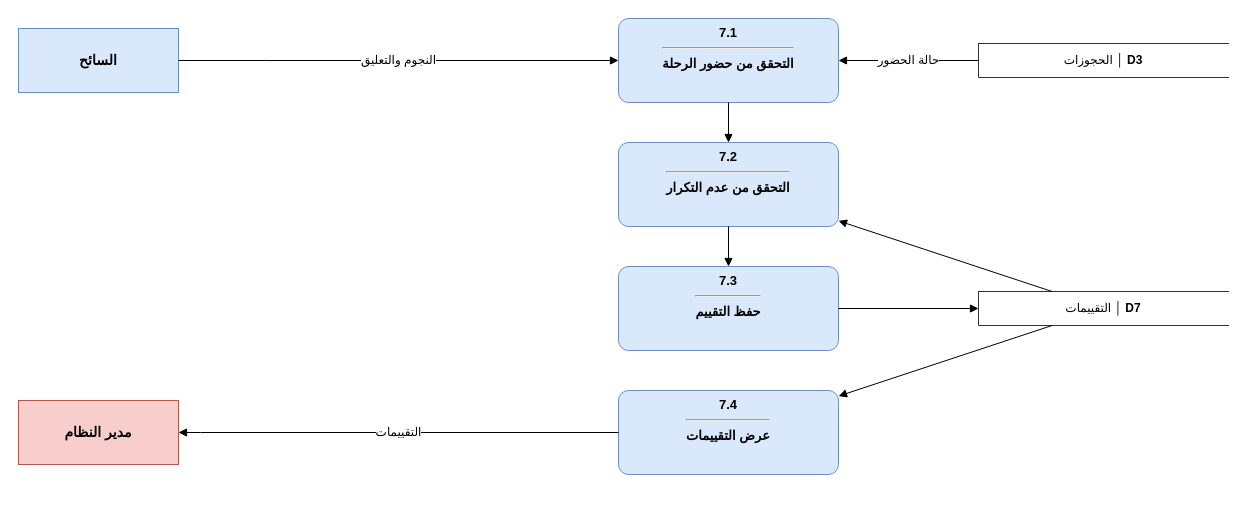
The draw.io diagram مخططات_التحليل_drawio/dfd14_reviews.drawio in masara-prog/Delni-project, before the edit. Source tidied: cells renumbered, new cells numbered last; positions are measured from the earlier drawing's top-left corner, leaving out a move shared by most shapes. Both pictures are drawn from the tidied source at 100%, with x=0, y=0 at pixel (18, 18).
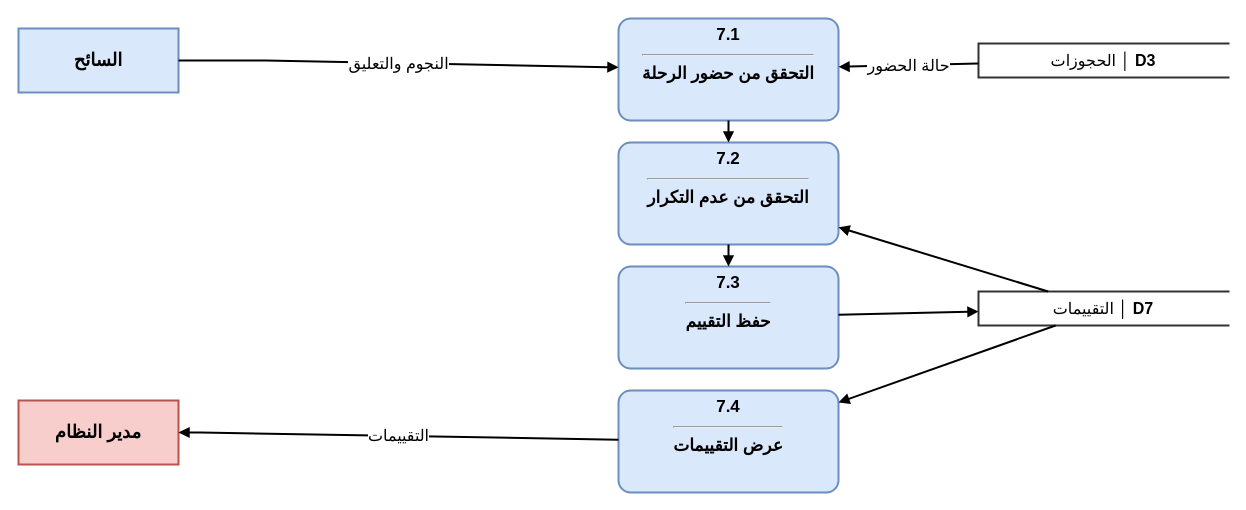
Above is the later version.

What changed in the source:
```diff
@@
-    <mxCell id="2" value="&lt;b&gt;7.1&lt;/b&gt;&lt;hr&gt;التحقق من حضور الرحلة" style="rounded=1;arcSize=12;verticalAlign=top;html=1;whiteSpace=wrap;fontFamily=Arial;fontSize=13;fontStyle=1;fillColor=#dae8fc;strokeColor=#6c8ebf;" parent="1" vertex="1">
-      <mxGeometry x="600" width="220" height="84" as="geometry" />
+    <mxCell id="2" value="&lt;b&gt;7.1&lt;/b&gt;&lt;hr&gt;التحقق من حضور الرحلة" style="rounded=1;arcSize=12;verticalAlign=top;html=1;whiteSpace=wrap;fontFamily=Arial;fontSize=17;fontStyle=1;fillColor=#dae8fc;strokeColor=#6c8ebf;strokeWidth=2;" parent="1" vertex="1">
+      <mxGeometry x="600" width="220" height="102" as="geometry" />
     </mxCell>
-    <mxCell id="3" value="&lt;b&gt;7.2&lt;/b&gt;&lt;hr&gt;التحقق من عدم التكرار" style="rounded=1;arcSize=12;verticalAlign=top;html=1;whiteSpace=wrap;fontFamily=Arial;fontSize=13;fontStyle=1;fillColor=#dae8fc;strokeColor=#6c8ebf;" parent="1" vertex="1">
-      <mxGeometry x="600" y="124" width="220" height="84" as="geometry" />
+    <mxCell id="3" value="&lt;b&gt;7.2&lt;/b&gt;&lt;hr&gt;التحقق من عدم التكرار" style="rounded=1;arcSize=12;verticalAlign=top;html=1;whiteSpace=wrap;fontFamily=Arial;fontSize=17;fontStyle=1;fillColor=#dae8fc;strokeColor=#6c8ebf;strokeWidth=2;" parent="1" vertex="1">
+      <mxGeometry x="600" y="124" width="220" height="102" as="geometry" />
     </mxCell>
-    <mxCell id="4" value="&lt;b&gt;7.3&lt;/b&gt;&lt;hr&gt;حفظ التقييم" style="rounded=1;arcSize=12;verticalAlign=top;html=1;whiteSpace=wrap;fontFamily=Arial;fontSize=13;fontStyle=1;fillColor=#dae8fc;strokeColor=#6c8ebf;" parent="1" vertex="1">
-      <mxGeometry x="600" y="248" width="220" height="84" as="geometry" />
+    <mxCell id="4" value="&lt;b&gt;7.3&lt;/b&gt;&lt;hr&gt;حفظ التقييم" style="rounded=1;arcSize=12;verticalAlign=top;html=1;whiteSpace=wrap;fontFamily=Arial;fontSize=17;fontStyle=1;fillColor=#dae8fc;strokeColor=#6c8ebf;strokeWidth=2;" parent="1" vertex="1">
+      <mxGeometry x="600" y="248" width="220" height="102" as="geometry" />
     </mxCell>
-    <mxCell id="5" value="&lt;b&gt;7.4&lt;/b&gt;&lt;hr&gt;عرض التقييمات" style="rounded=1;arcSize=12;verticalAlign=top;html=1;whiteSpace=wrap;fontFamily=Arial;fontSize=13;fontStyle=1;fillColor=#dae8fc;strokeColor=#6c8ebf;" parent="1" vertex="1">
-      <mxGeometry x="600" y="372" width="220" height="84" as="geometry" />
+    <mxCell id="5" value="&lt;b&gt;7.4&lt;/b&gt;&lt;hr&gt;عرض التقييمات" style="rounded=1;arcSize=12;verticalAlign=top;html=1;whiteSpace=wrap;fontFamily=Arial;fontSize=17;fontStyle=1;fillColor=#dae8fc;strokeColor=#6c8ebf;strokeWidth=2;" parent="1" vertex="1">
+      <mxGeometry x="600" y="372" width="220" height="102" as="geometry" />
     </mxCell>
-    <mxCell id="6" value="السائح" style="rounded=0;html=1;whiteSpace=wrap;fontFamily=Arial;fontSize=14;fontStyle=1;fillColor=#dae8fc;strokeColor=#6c8ebf;" parent="1" vertex="1">
+    <mxCell id="6" value="السائح" style="rounded=0;html=1;whiteSpace=wrap;fontFamily=Arial;fontSize=18;fontStyle=1;fillColor=#dae8fc;strokeColor=#6c8ebf;strokeWidth=2;" parent="1" vertex="1">
       <mxGeometry y="10" width="160" height="64" as="geometry" />
     </mxCell>
-    <mxCell id="7" value="مدير النظام" style="rounded=0;html=1;whiteSpace=wrap;fontFamily=Arial;fontSize=14;fontStyle=1;fillColor=#f8cecc;strokeColor=#b85450;" parent="1" vertex="1">
+    <mxCell id="7" value="مدير النظام" style="rounded=0;html=1;whiteSpace=wrap;fontFamily=Arial;fontSize=18;fontStyle=1;fillColor=#f8cecc;strokeColor=#b85450;strokeWidth=2;" parent="1" vertex="1">
       <mxGeometry y="382" width="160" height="64" as="geometry" />
     </mxCell>
-    <mxCell id="8" value="الحجوزات  │ &lt;b&gt;D3&lt;/b&gt;" style="shape=partialRectangle;right=0;align=center;html=1;whiteSpace=wrap;fontFamily=Arial;fontSize=12;fontStyle=0;fillColor=#ffffff;strokeColor=#333333;" parent="1" vertex="1">
+    <mxCell id="8" value="الحجوزات  │ &lt;b&gt;D3&lt;/b&gt;" style="shape=partialRectangle;right=0;align=center;html=1;whiteSpace=wrap;fontFamily=Arial;fontSize=16;fontStyle=0;fillColor=#ffffff;strokeColor=#333333;strokeWidth=2;" parent="1" vertex="1">
       <mxGeometry x="960" y="25" width="250" height="34" as="geometry" />
     </mxCell>
-    <mxCell id="9" value="التقييمات  │ &lt;b&gt;D7&lt;/b&gt;" style="shape=partialRectangle;right=0;align=center;html=1;whiteSpace=wrap;fontFamily=Arial;fontSize=12;fontStyle=0;fillColor=#ffffff;strokeColor=#333333;" parent="1" vertex="1">
+    <mxCell id="9" value="التقييمات  │ &lt;b&gt;D7&lt;/b&gt;" style="shape=partialRectangle;right=0;align=center;html=1;whiteSpace=wrap;fontFamily=Arial;fontSize=16;fontStyle=0;fillColor=#ffffff;strokeColor=#333333;strokeWidth=2;" parent="1" vertex="1">
       <mxGeometry x="960" y="273" width="250" height="34" as="geometry" />
     </mxCell>
-    <mxCell id="10" value="النجوم والتعليق" style="endArrow=block;endFill=1;html=1;rounded=0;fontFamily=Arial;fontSize=12;labelBackgroundColor=#ffffff;" parent="1" edge="1" source="6" target="2">
+    <mxCell id="10" value="النجوم والتعليق" style="endArrow=block;endFill=1;html=1;rounded=0;fontFamily=Arial;fontSize=16;labelBackgroundColor=#ffffff;strokeWidth=2;" parent="1" edge="1" source="6" target="2">
       <mxGeometry relative="1" as="geometry">
         <Array as="points">
           <mxPoint x="247" y="42" />
           <mxPoint x="247" y="42" />
         </Array>
       </mxGeometry>
     </mxCell>
-    <mxCell id="11" value="حالة الحضور" style="endArrow=block;endFill=1;html=1;rounded=0;fontFamily=Arial;fontSize=12;labelBackgroundColor=#ffffff;" parent="1" edge="1" source="8" target="2">
+    <mxCell id="11" value="حالة الحضور" style="endArrow=block;endFill=1;html=1;rounded=0;fontFamily=Arial;fontSize=16;labelBackgroundColor=#ffffff;strokeWidth=2;" parent="1" edge="1" source="8" target="2">
       <mxGeometry relative="1" as="geometry" />
     </mxCell>
-    <mxCell id="12" style="endArrow=block;endFill=1;html=1;rounded=0;fontFamily=Arial;fontSize=12;labelBackgroundColor=#ffffff;" parent="1" edge="1" source="2" target="3">
+    <mxCell id="12" style="endArrow=block;endFill=1;html=1;rounded=0;fontFamily=Arial;fontSize=16;labelBackgroundColor=#ffffff;strokeWidth=2;" parent="1" edge="1" source="2" target="3">
       <mxGeometry relative="1" as="geometry" />
     </mxCell>
-    <mxCell id="13" style="endArrow=block;endFill=1;html=1;rounded=0;fontFamily=Arial;fontSize=12;labelBackgroundColor=#ffffff;" parent="1" edge="1" source="9" target="3">
+    <mxCell id="13" style="endArrow=block;endFill=1;html=1;rounded=0;fontFamily=Arial;fontSize=16;labelBackgroundColor=#ffffff;strokeWidth=2;" parent="1" edge="1" source="9" target="3">
       <mxGeometry relative="1" as="geometry" />
     </mxCell>
-    <mxCell id="14" style="endArrow=block;endFill=1;html=1;rounded=0;fontFamily=Arial;fontSize=12;labelBackgroundColor=#ffffff;" parent="1" edge="1" source="3" target="4">
+    <mxCell id="14" style="endArrow=block;endFill=1;html=1;rounded=0;fontFamily=Arial;fontSize=16;labelBackgroundColor=#ffffff;strokeWidth=2;" parent="1" edge="1" source="3" target="4">
       <mxGeometry relative="1" as="geometry" />
     </mxCell>
-    <mxCell id="15" style="endArrow=block;endFill=1;html=1;rounded=0;fontFamily=Arial;fontSize=12;labelBackgroundColor=#ffffff;" parent="1" edge="1" source="4" target="9">
+    <mxCell id="15" style="endArrow=block;endFill=1;html=1;rounded=0;fontFamily=Arial;fontSize=16;labelBackgroundColor=#ffffff;strokeWidth=2;" parent="1" edge="1" source="4" target="9">
       <mxGeometry relative="1" as="geometry" />
     </mxCell>
-    <mxCell id="16" style="endArrow=block;endFill=1;html=1;rounded=0;fontFamily=Arial;fontSize=12;labelBackgroundColor=#ffffff;" parent="1" edge="1" source="9" target="5">
+    <mxCell id="16" style="endArrow=block;endFill=1;html=1;rounded=0;fontFamily=Arial;fontSize=16;labelBackgroundColor=#ffffff;strokeWidth=2;" parent="1" edge="1" source="9" target="5">
       <mxGeometry relative="1" as="geometry" />
     </mxCell>
-    <mxCell id="17" value="التقييمات" style="endArrow=block;endFill=1;html=1;rounded=0;fontFamily=Arial;fontSize=12;labelBackgroundColor=#ffffff;" parent="1" edge="1" source="5" target="7">
+    <mxCell id="17" value="التقييمات" style="endArrow=block;endFill=1;html=1;rounded=0;fontFamily=Arial;fontSize=16;labelBackgroundColor=#ffffff;strokeWidth=2;" parent="1" edge="1" source="5" target="7">
       <mxGeometry relative="1" as="geometry">
         <Array as="points">
           <mxPoint x="182" y="414" />
           <mxPoint x="182" y="414" />
         </Array>
       </mxGeometry>
     </mxCell>
```
